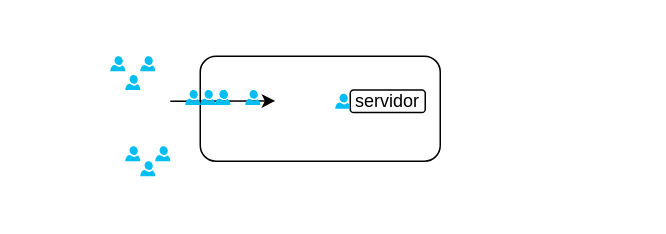
Earlier version of the draw.io diagram Diagrama sin título.drawio (EstebanGitPro/AndyPractice). Source tidied: cells renumbered, new cells numbered last; positions are measured from the earlier drawing's top-left corner, leaving out a move shared by most shapes. Both pictures are drawn from the tidied source at 150%, with x=0, y=0 at pixel (110, 56).
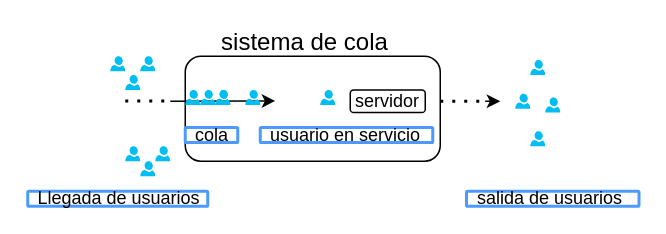
The same diagram, later.

Change to the diagram source:
```diff
@@
     <mxCell id="2" style="rounded=1;whiteSpace=wrap;html=1;" parent="1" vertex="1">
-      <mxGeometry x="60" width="160" height="70" as="geometry" />
+      <mxGeometry x="50" width="170" height="70" as="geometry" />
     </mxCell>
@@
     <mxCell id="9" style="verticalLabelPosition=bottom;html=1;verticalAlign=top;align=center;strokeColor=none;fillColor=#00BEF2;shape=mxgraph.azure.user;" parent="1" vertex="1">
-      <mxGeometry x="150" y="25" width="10" height="10" as="geometry" />
+      <mxGeometry x="140" y="22.5" width="10" height="10" as="geometry" />
     </mxCell>
@@
+    <mxCell id="17" style="endArrow=none;dashed=1;html=1;dashPattern=1 3;strokeWidth=2;rounded=0;" parent="1" edge="1">
+      <mxGeometry relative="1" as="geometry">
+        <mxPoint x="220" y="30" as="sourcePoint" />
+        <mxPoint x="250" y="30" as="targetPoint" />
+      </mxGeometry>
+    </mxCell>
+    <mxCell id="18" style="endArrow=none;dashed=1;html=1;dashPattern=1 3;strokeWidth=2;rounded=0;" parent="1" edge="1">
+      <mxGeometry relative="1" as="geometry">
+        <mxPoint x="10" y="29.8" as="sourcePoint" />
+        <mxPoint x="40" y="29.8" as="targetPoint" />
+      </mxGeometry>
+    </mxCell>
+    <mxCell id="19" style="endArrow=classic;html=1;rounded=0;" parent="1" edge="1">
+      <mxGeometry relative="1" as="geometry">
+        <mxPoint x="250" y="30" as="sourcePoint" />
+        <mxPoint x="260" y="30" as="targetPoint" />
+      </mxGeometry>
+    </mxCell>
+    <mxCell id="20" style="verticalLabelPosition=bottom;html=1;verticalAlign=top;align=center;strokeColor=none;fillColor=#00BEF2;shape=mxgraph.azure.user;" parent="1" vertex="1">
+      <mxGeometry x="270" y="25" width="10" height="10" as="geometry" />
+    </mxCell>
+    <mxCell id="21" style="verticalLabelPosition=bottom;html=1;verticalAlign=top;align=center;strokeColor=none;fillColor=#00BEF2;shape=mxgraph.azure.user;" parent="1" vertex="1">
+      <mxGeometry x="280" y="50" width="10" height="10" as="geometry" />
+    </mxCell>
+    <mxCell id="22" style="verticalLabelPosition=bottom;html=1;verticalAlign=top;align=center;strokeColor=none;fillColor=#00BEF2;shape=mxgraph.azure.user;" parent="1" vertex="1">
+      <mxGeometry x="280" y="2.5" width="10" height="10" as="geometry" />
+    </mxCell>
+    <mxCell id="23" style="verticalLabelPosition=bottom;html=1;verticalAlign=top;align=center;strokeColor=none;fillColor=#00BEF2;shape=mxgraph.azure.user;" parent="1" vertex="1">
+      <mxGeometry x="290" y="27.5" width="10" height="10" as="geometry" />
+    </mxCell>
+    <mxCell id="24" value="sistema de cola" style="text;html=1;strokeColor=none;fillColor=none;align=center;verticalAlign=middle;whiteSpace=wrap;rounded=0;fontSize=16;" parent="1" vertex="1">
+      <mxGeometry x="70" y="-20" width="120" height="20" as="geometry" />
+    </mxCell>
+    <mxCell id="25" value="Llegada de usuarios" style="rounded=1;arcSize=9;align=left;spacingLeft=5;strokeColor=#4C9AFF;html=1;strokeWidth=2;fontSize=12;" parent="1" vertex="1">
+      <mxGeometry x="-55" y="90" width="120" height="10" as="geometry" />
+    </mxCell>
+    <mxCell id="26" value="cola" style="rounded=1;arcSize=9;align=left;spacingLeft=5;strokeColor=#4C9AFF;html=1;strokeWidth=2;fontSize=12;" parent="1" vertex="1">
+      <mxGeometry x="50" y="47.5" width="35" height="10" as="geometry" />
+    </mxCell>
+    <mxCell id="27" value="usuario en servicio" style="rounded=1;arcSize=9;align=left;spacingLeft=5;strokeColor=#4C9AFF;html=1;strokeWidth=2;fontSize=12;" parent="1" vertex="1">
+      <mxGeometry x="100" y="47.5" width="115" height="10" as="geometry" />
+    </mxCell>
+    <mxCell id="28" value="salida de usuarios" style="rounded=1;arcSize=9;align=left;spacingLeft=5;strokeColor=#4C9AFF;html=1;strokeWidth=2;fontSize=12;" parent="1" vertex="1">
+      <mxGeometry x="237.5" y="90" width="115" height="10" as="geometry" />
+    </mxCell>
```
